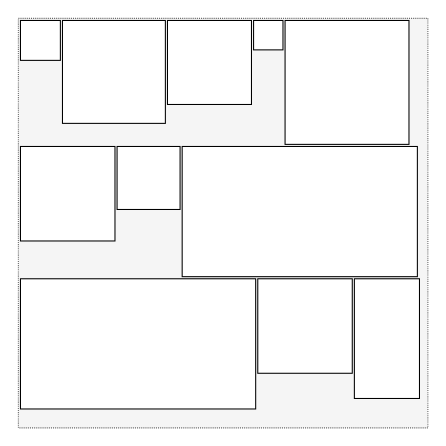
Above: cocosbatch.drawio in imzoer/imzoer.github.io (draw.io), before the change. Source tidied: cells renumbered, new cells numbered last; positions are measured from the earlier drawing's top-left corner, leaving out a move shared by most shapes. Both pictures are drawn from the tidied source at 105%, with x=0, y=0 at pixel (18, 18).
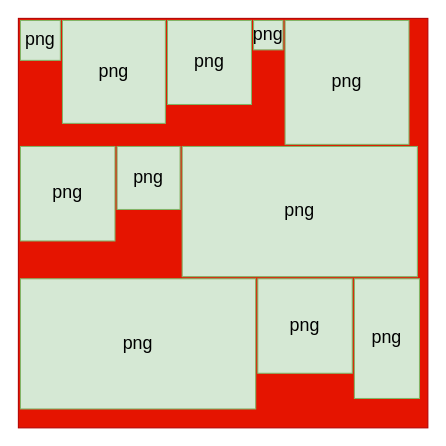
The same diagram, later.

Change to the diagram source:
```diff
@@
 <mxGraphModel>
   <root>
     <mxCell id="0" />
     <mxCell id="1" parent="0" />
-    <mxCell id="2" style="whiteSpace=wrap;html=1;fillColor=#f5f5f5;strokeColor=#666666;fontColor=#333333;dashed=1;dashPattern=1 1;" parent="1" vertex="1">
+    <mxCell id="2" style="whiteSpace=wrap;html=1;fillColor=#e51400;strokeColor=#B20000;fontColor=#ffffff;" parent="1" vertex="1">
       <mxGeometry width="390" height="390" as="geometry" />
     </mxCell>
-    <mxCell id="3" style="whiteSpace=wrap;html=1;" parent="1" vertex="1">
+    <mxCell id="3" value="png" style="whiteSpace=wrap;html=1;fillColor=#d5e8d4;strokeColor=#82b366;fontSize=17;" parent="1" vertex="1">
       <mxGeometry x="2" y="2" width="38" height="38" as="geometry" />
     </mxCell>
-    <mxCell id="4" style="whiteSpace=wrap;html=1;" parent="1" vertex="1">
+    <mxCell id="4" value="png" style="whiteSpace=wrap;html=1;fillColor=#d5e8d4;strokeColor=#82b366;fontSize=17;" parent="1" vertex="1">
       <mxGeometry x="42" y="2" width="98" height="98" as="geometry" />
     </mxCell>
-    <mxCell id="5" style="whiteSpace=wrap;html=1;" parent="1" vertex="1">
+    <mxCell id="5" value="png" style="whiteSpace=wrap;html=1;fillColor=#d5e8d4;strokeColor=#82b366;fontSize=17;" parent="1" vertex="1">
       <mxGeometry x="142" y="2" width="80" height="80" as="geometry" />
     </mxCell>
-    <mxCell id="6" style="whiteSpace=wrap;html=1;" parent="1" vertex="1">
+    <mxCell id="6" value="png" style="whiteSpace=wrap;html=1;fillColor=#d5e8d4;strokeColor=#82b366;fontSize=17;" parent="1" vertex="1">
       <mxGeometry x="224" y="2" width="28" height="28" as="geometry" />
     </mxCell>
-    <mxCell id="7" style="whiteSpace=wrap;html=1;" parent="1" vertex="1">
+    <mxCell id="7" value="png" style="whiteSpace=wrap;html=1;fillColor=#d5e8d4;strokeColor=#82b366;fontSize=17;" parent="1" vertex="1">
       <mxGeometry x="254" y="2" width="118" height="118" as="geometry" />
     </mxCell>
-    <mxCell id="8" style="whiteSpace=wrap;html=1;" parent="1" vertex="1">
+    <mxCell id="8" value="png" style="whiteSpace=wrap;html=1;fillColor=#d5e8d4;strokeColor=#82b366;fontSize=17;" parent="1" vertex="1">
       <mxGeometry x="2" y="122" width="90" height="90" as="geometry" />
     </mxCell>
-    <mxCell id="9" style="whiteSpace=wrap;html=1;" parent="1" vertex="1">
+    <mxCell id="9" value="png" style="whiteSpace=wrap;html=1;fillColor=#d5e8d4;strokeColor=#82b366;fontSize=17;" parent="1" vertex="1">
       <mxGeometry x="94" y="122" width="60" height="60" as="geometry" />
     </mxCell>
-    <mxCell id="10" style="whiteSpace=wrap;html=1;" parent="1" vertex="1">
+    <mxCell id="10" value="png" style="whiteSpace=wrap;html=1;fillColor=#d5e8d4;strokeColor=#82b366;fontSize=17;" parent="1" vertex="1">
       <mxGeometry x="156" y="122" width="224" height="124" as="geometry" />
     </mxCell>
-    <mxCell id="11" style="whiteSpace=wrap;html=1;" parent="1" vertex="1">
+    <mxCell id="11" value="png" style="whiteSpace=wrap;html=1;fillColor=#d5e8d4;strokeColor=#82b366;fontSize=17;" parent="1" vertex="1">
       <mxGeometry x="2" y="248" width="224" height="124" as="geometry" />
     </mxCell>
-    <mxCell id="12" style="whiteSpace=wrap;html=1;" parent="1" vertex="1">
+    <mxCell id="12" value="png" style="whiteSpace=wrap;html=1;fillColor=#d5e8d4;strokeColor=#82b366;fontSize=17;" parent="1" vertex="1">
       <mxGeometry x="228" y="248" width="90" height="90" as="geometry" />
     </mxCell>
-    <mxCell id="13" style="whiteSpace=wrap;html=1;" parent="1" vertex="1">
+    <mxCell id="13" value="&lt;span style=&quot;white-space: normal; font-size: 17px;&quot;&gt;png&lt;/span&gt;" style="whiteSpace=wrap;html=1;fillColor=#d5e8d4;strokeColor=#82b366;fontSize=17;" parent="1" vertex="1">
       <mxGeometry x="320" y="248" width="62" height="114" as="geometry" />
     </mxCell>
   </root>
 </mxGraphModel>
```
